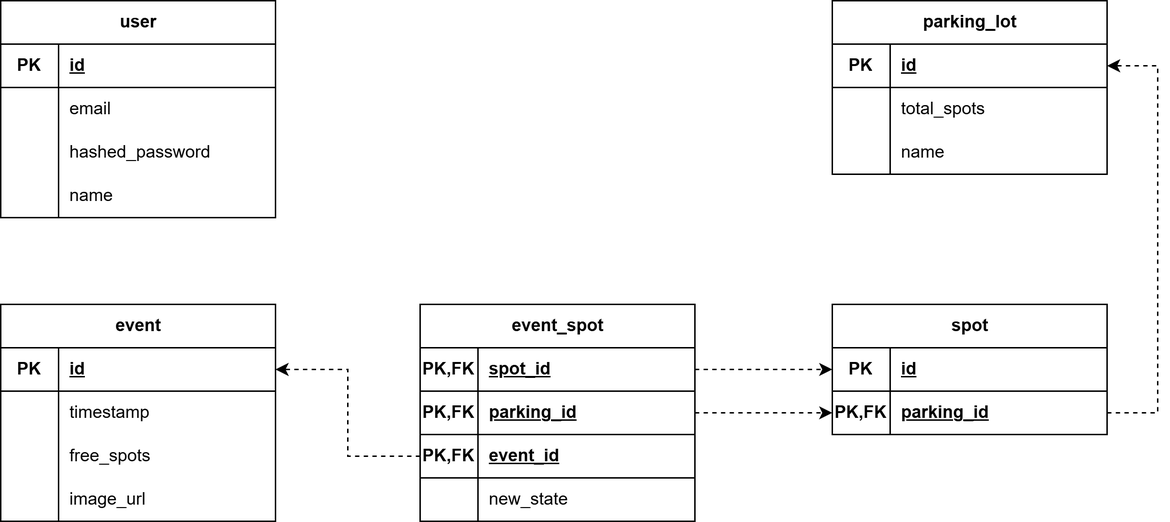
Above: docs/diagrams/Esquema DB.png in UM-LabTics/lakitu-core (draw.io), before the change. Source tidied: cells renumbered, new cells last; positions are measured from the earlier drawing's top-left corner, leaving out a move shared by most shapes.
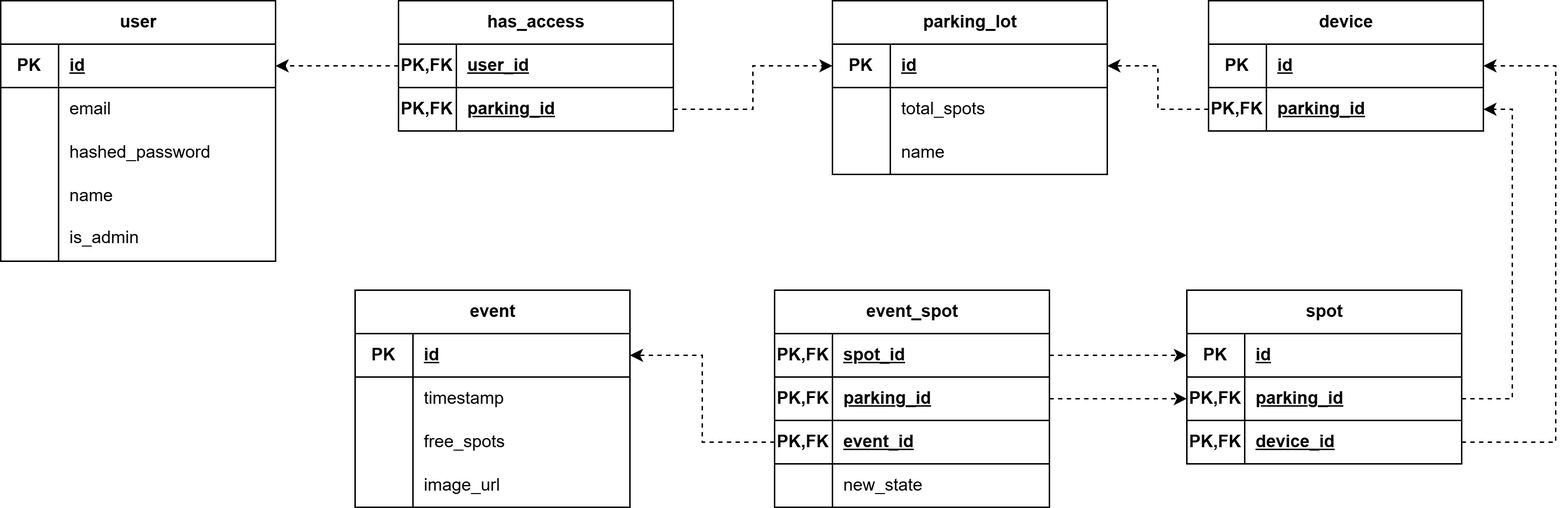
Later version of the same file.

The edit, as a diff of the source:
```diff
@@ -3,7 +3,7 @@
     <mxCell id="0" />
     <mxCell id="1" parent="0" />
     <mxCell id="2" value="user" style="shape=table;startSize=30;rowLines=0;fontStyle=1;align=center;html=1;" parent="1" vertex="1">
-      <mxGeometry width="190" height="150" as="geometry" />
+      <mxGeometry x="-245" y="10" width="190" height="180" as="geometry" />
     </mxCell>
     <mxCell id="3" style="shape=tableRow;horizontal=0;startSize=0;swimlaneHead=0;swimlaneBody=0;fillColor=none;points=[[0,0.5],[1,0.5]];portConstraint=eastwest;top=0;left=0;right=0;bottom=1;" parent="2" vertex="1">
       <mxGeometry y="30" width="190" height="30" as="geometry" />
@@ -42,7 +42,7 @@
       <mxGeometry x="40" width="150" height="30" as="geometry" />
     </mxCell>
     <mxCell id="15" value="parking_lot" style="shape=table;startSize=30;rowLines=0;fontStyle=1;align=center;html=1;" parent="1" vertex="1">
-      <mxGeometry x="575" width="190" height="120" as="geometry" />
+      <mxGeometry x="330" y="10" width="190" height="120" as="geometry" />
     </mxCell>
     <mxCell id="16" style="shape=tableRow;horizontal=0;startSize=0;swimlaneHead=0;swimlaneBody=0;fillColor=none;points=[[0,0.5],[1,0.5]];portConstraint=eastwest;top=0;left=0;right=0;bottom=1;" parent="15" vertex="1">
       <mxGeometry y="30" width="190" height="30" as="geometry" />
@@ -72,7 +72,7 @@
       <mxGeometry x="40" width="150" height="30" as="geometry" />
     </mxCell>
     <mxCell id="25" value="spot" style="shape=table;startSize=30;rowLines=0;fontStyle=1;align=center;html=1;" parent="1" vertex="1">
-      <mxGeometry x="575" y="210" width="190" height="90" as="geometry" />
+      <mxGeometry x="575" y="210" width="190" height="120" as="geometry" />
     </mxCell>
     <mxCell id="26" style="shape=tableRow;horizontal=0;startSize=0;swimlaneHead=0;swimlaneBody=0;fillColor=none;points=[[0,0.5],[1,0.5]];portConstraint=eastwest;top=0;left=0;right=0;bottom=1;" parent="25" vertex="1">
       <mxGeometry y="30" width="190" height="30" as="geometry" />
@@ -170,13 +170,8 @@
     <mxCell id="57" value="image_url" style="shape=partialRectangle;fillColor=none;top=0;left=0;bottom=0;right=0;align=left;spacingLeft=6;overflow=hidden;whiteSpace=wrap;html=1;" parent="55" vertex="1">
       <mxGeometry x="40" width="150" height="30" as="geometry" />
     </mxCell>
-    <mxCell id="58" style="edgeStyle=orthogonalEdgeStyle;rounded=0;jettySize=auto;html=1;exitX=1;exitY=0.5;exitDx=0;exitDy=0;entryX=1;entryY=0.5;entryDx=0;entryDy=0;dashed=1;" parent="1" edge="1" source="29" target="16">
-      <mxGeometry relative="1" as="geometry">
-        <Array as="points">
-          <mxPoint x="800" y="285" />
-          <mxPoint x="800" y="45" />
-        </Array>
-      </mxGeometry>
+    <mxCell id="58" style="edgeStyle=orthogonalEdgeStyle;rounded=0;jettySize=auto;html=1;exitX=1;exitY=0.5;exitDx=0;exitDy=0;entryX=1;entryY=0.5;entryDx=0;entryDy=0;dashed=1;" parent="1" edge="1" source="29" target="81">
+      <mxGeometry relative="1" as="geometry" />
     </mxCell>
     <mxCell id="59" style="edgeStyle=orthogonalEdgeStyle;rounded=0;jettySize=auto;html=1;exitX=1;exitY=0.5;exitDx=0;exitDy=0;entryX=0;entryY=0.5;entryDx=0;entryDy=0;dashed=1;" parent="1" edge="1" source="33" target="26">
       <mxGeometry relative="1" as="geometry" />
@@ -187,5 +182,82 @@
     <mxCell id="61" style="edgeStyle=orthogonalEdgeStyle;rounded=0;jettySize=auto;html=1;exitX=0;exitY=0.5;exitDx=0;exitDy=0;entryX=1;entryY=0.5;entryDx=0;entryDy=0;dashed=1;" parent="1" edge="1" source="39" target="46">
       <mxGeometry relative="1" as="geometry" />
     </mxCell>
+    <mxCell id="62" value="has_access" style="shape=table;startSize=30;rowLines=0;fontStyle=1;align=center;html=1;" parent="1" vertex="1">
+      <mxGeometry x="30" y="10" width="190" height="90" as="geometry" />
+    </mxCell>
+    <mxCell id="63" style="shape=tableRow;horizontal=0;startSize=0;swimlaneHead=0;swimlaneBody=0;fillColor=none;points=[[0,0.5],[1,0.5]];portConstraint=eastwest;top=0;left=0;right=0;bottom=1;" parent="62" vertex="1">
+      <mxGeometry y="30" width="190" height="30" as="geometry" />
+    </mxCell>
+    <mxCell id="64" value="PK,FK" style="shape=partialRectangle;fillColor=none;top=0;left=0;bottom=0;right=0;fontStyle=1;overflow=hidden;whiteSpace=wrap;html=1;" parent="63" vertex="1">
+      <mxGeometry width="40" height="30" as="geometry" />
+    </mxCell>
+    <mxCell id="65" value="user_id" style="shape=partialRectangle;fillColor=none;top=0;left=0;bottom=0;right=0;align=left;spacingLeft=6;fontStyle=5;overflow=hidden;whiteSpace=wrap;html=1;" parent="63" vertex="1">
+      <mxGeometry x="40" width="150" height="30" as="geometry" />
+    </mxCell>
+    <mxCell id="66" style="shape=tableRow;horizontal=0;startSize=0;swimlaneHead=0;swimlaneBody=0;fillColor=none;points=[[0,0.5],[1,0.5]];portConstraint=eastwest;top=0;left=0;right=0;bottom=0;" parent="62" vertex="1">
+      <mxGeometry y="60" width="190" height="30" as="geometry" />
+    </mxCell>
+    <mxCell id="67" value="&lt;b&gt;PK,FK&lt;/b&gt;" style="shape=partialRectangle;fillColor=none;top=0;left=0;bottom=1;right=0;overflow=hidden;whiteSpace=wrap;html=1;" parent="66" vertex="1">
+      <mxGeometry width="40" height="30" as="geometry" />
+    </mxCell>
+    <mxCell id="68" value="&lt;b&gt;&lt;u&gt;parking_id&lt;/u&gt;&lt;/b&gt;" style="shape=partialRectangle;fillColor=none;top=0;left=0;bottom=1;right=0;align=left;spacingLeft=6;overflow=hidden;whiteSpace=wrap;html=1;" parent="66" vertex="1">
+      <mxGeometry x="40" width="150" height="30" as="geometry" />
+    </mxCell>
+    <mxCell id="69" style="edgeStyle=orthogonalEdgeStyle;rounded=0;jettySize=auto;html=1;exitX=0;exitY=0.5;exitDx=0;exitDy=0;entryX=1;entryY=0.5;entryDx=0;entryDy=0;dashed=1;" parent="1" edge="1" source="63" target="3">
+      <mxGeometry relative="1" as="geometry" />
+    </mxCell>
+    <mxCell id="70" style="edgeStyle=orthogonalEdgeStyle;rounded=0;jettySize=auto;html=1;exitX=1;exitY=0.5;exitDx=0;exitDy=0;entryX=0;entryY=0.5;entryDx=0;entryDy=0;dashed=1;" parent="1" edge="1" source="66" target="16">
+      <mxGeometry relative="1" as="geometry" />
+    </mxCell>
+    <mxCell id="71" style="shape=tableRow;horizontal=0;startSize=0;swimlaneHead=0;swimlaneBody=0;fillColor=none;top=0;left=0;right=0;bottom=0;" parent="1" vertex="1">
+      <mxGeometry x="-245" y="159" width="190" height="30" as="geometry" />
+    </mxCell>
+    <mxCell id="72" style="shape=partialRectangle;fillColor=none;top=0;left=0;bottom=0;right=0;overflow=hidden;whiteSpace=wrap;html=1;" parent="71" vertex="1">
+      <mxGeometry width="40" height="30" as="geometry" />
+    </mxCell>
+    <mxCell id="73" value="is_admin" style="shape=partialRectangle;fillColor=none;top=0;left=1;bottom=0;right=0;align=left;spacingLeft=6;overflow=hidden;whiteSpace=wrap;html=1;" parent="71" vertex="1">
+      <mxGeometry x="40" width="150" height="30" as="geometry" />
+    </mxCell>
+    <mxCell id="74" style="shape=tableRow;horizontal=0;startSize=0;swimlaneHead=0;swimlaneBody=0;fillColor=none;points=[[0,0.5],[1,0.5]];portConstraint=eastwest;top=0;left=0;right=0;bottom=1;strokeWidth=1;perimeterSpacing=0;" parent="1" vertex="1">
+      <mxGeometry x="575" y="300" width="190" height="30" as="geometry" />
+    </mxCell>
+    <mxCell id="75" value="&lt;b&gt;PK,FK&lt;/b&gt;" style="shape=partialRectangle;fillColor=none;top=0;left=0;bottom=0;right=0;overflow=hidden;whiteSpace=wrap;html=1;" parent="74" vertex="1">
+      <mxGeometry width="40" height="30" as="geometry" />
+    </mxCell>
+    <mxCell id="76" value="device_id" style="shape=partialRectangle;fillColor=none;top=0;left=1;bottom=0;right=0;align=left;spacingLeft=6;overflow=hidden;whiteSpace=wrap;html=1;fontStyle=5;" parent="74" vertex="1">
+      <mxGeometry x="40" width="150" height="30" as="geometry" />
+    </mxCell>
+    <mxCell id="77" value="device" style="shape=table;startSize=30;rowLines=0;fontStyle=1;align=center;html=1;" parent="1" vertex="1">
+      <mxGeometry x="590" y="10" width="190" height="90" as="geometry" />
+    </mxCell>
+    <mxCell id="78" style="shape=tableRow;horizontal=0;startSize=0;swimlaneHead=0;swimlaneBody=0;fillColor=none;points=[[0,0.5],[1,0.5]];portConstraint=eastwest;top=0;left=0;right=0;bottom=1;" parent="77" vertex="1">
+      <mxGeometry y="30" width="190" height="30" as="geometry" />
+    </mxCell>
+    <mxCell id="79" value="PK" style="shape=partialRectangle;fillColor=none;top=0;left=0;bottom=0;right=0;fontStyle=1;overflow=hidden;whiteSpace=wrap;html=1;" parent="78" vertex="1">
+      <mxGeometry width="40" height="30" as="geometry" />
+    </mxCell>
+    <mxCell id="80" value="id" style="shape=partialRectangle;fillColor=none;top=0;left=0;bottom=0;right=0;align=left;spacingLeft=6;fontStyle=5;overflow=hidden;whiteSpace=wrap;html=1;" parent="78" vertex="1">
+      <mxGeometry x="40" width="150" height="30" as="geometry" />
+    </mxCell>
+    <mxCell id="81" style="shape=tableRow;horizontal=0;startSize=0;swimlaneHead=0;swimlaneBody=0;fillColor=none;points=[[0,0.5],[1,0.5]];portConstraint=eastwest;top=0;left=0;right=0;bottom=0;" parent="77" vertex="1">
+      <mxGeometry y="60" width="190" height="30" as="geometry" />
+    </mxCell>
+    <mxCell id="82" value="&lt;b&gt;PK,FK&lt;/b&gt;" style="shape=partialRectangle;fillColor=none;top=0;left=0;bottom=0;right=0;overflow=hidden;whiteSpace=wrap;html=1;" parent="81" vertex="1">
+      <mxGeometry width="40" height="30" as="geometry" />
+    </mxCell>
+    <mxCell id="83" value="&lt;b&gt;&lt;u&gt;parking_id&lt;/u&gt;&lt;/b&gt;" style="shape=partialRectangle;fillColor=none;top=0;left=0;bottom=0;right=0;align=left;spacingLeft=6;overflow=hidden;whiteSpace=wrap;html=1;" parent="81" vertex="1">
+      <mxGeometry x="40" width="150" height="30" as="geometry" />
+    </mxCell>
+    <mxCell id="84" style="edgeStyle=orthogonalEdgeStyle;rounded=0;jettySize=auto;html=1;exitX=1;exitY=0.5;exitDx=0;exitDy=0;entryX=1;entryY=0.5;entryDx=0;entryDy=0;dashed=1;" parent="1" edge="1" source="74" target="78">
+      <mxGeometry relative="1" as="geometry">
+        <Array as="points">
+          <mxPoint x="830" y="315" />
+          <mxPoint x="830" y="55" />
+        </Array>
+      </mxGeometry>
+    </mxCell>
+    <mxCell id="85" style="edgeStyle=orthogonalEdgeStyle;rounded=0;jettySize=auto;html=1;entryX=1;entryY=0.5;entryDx=0;entryDy=0;dashed=1;" parent="1" edge="1" source="81" target="16">
+      <mxGeometry relative="1" as="geometry" />
+    </mxCell>
   </root>
 </mxGraphModel>
```
